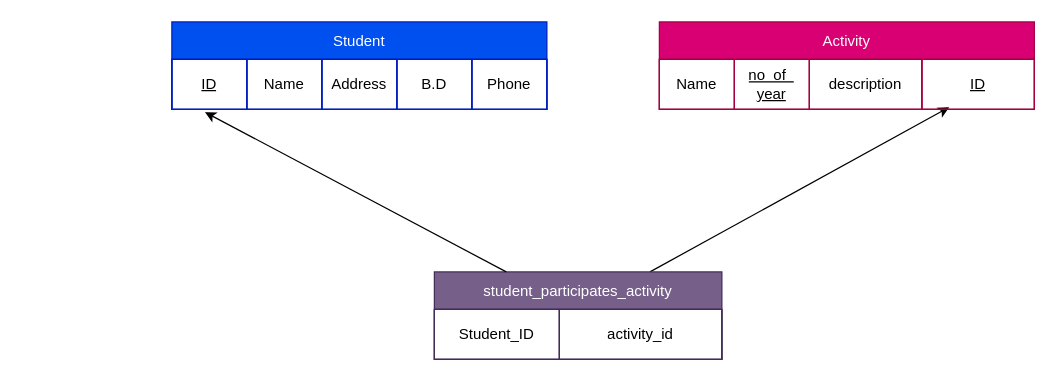
Earlier version of the draw.io diagram Mapping/task_4..drawio (mariamnabeh/Database-ERD-EERD-Models). Source tidied: cells renumbered, new cells numbered last; positions are measured from the earlier drawing's top-left corner, leaving out a move shared by most shapes. Both pictures are drawn from the tidied source at 125%, with x=0, y=0 at pixel (171, 21).
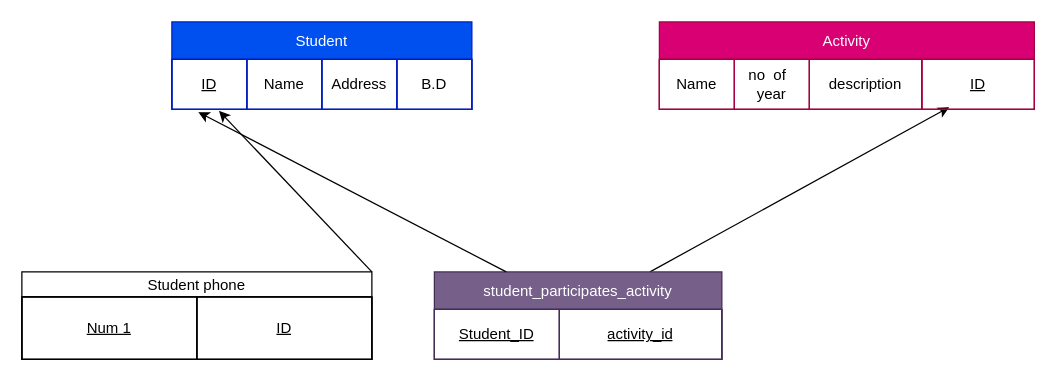
Above is the later version.

Unchanged cells that the change refers to:
```xml
<mxCell id="11" style="shape=tableRow;horizontal=0;startSize=0;swimlaneHead=0;swimlaneBody=0;strokeColor=inherit;fillColor=none;fixedHeader=1;" parent="10" vertex="1">
  <mxGeometry y="30" width="230" height="40" as="geometry" />
</mxCell>
<mxCell id="15" style="shape=tableRow;horizontal=0;startSize=0;swimlaneHead=0;swimlaneBody=0;strokeColor=inherit;fillColor=none;points=[[0,0.5],[1,0.5]];portConstraint=eastwest;fixedHeader=1;" parent="14" vertex="1">
  <mxGeometry y="30" width="300" height="40" as="geometry" />
</mxCell>
```

What changed in the source:
```diff
@@
     <mxCell id="2" value="Student" style="shape=table;startSize=30;childLayout=tableLayout;fixedHeader=1;tableRender=collapsed;fillColor=#0050ef;fontColor=#ffffff;strokeColor=#001DBC;" parent="1" vertex="1">
-      <mxGeometry width="300" height="70" as="geometry" />
+      <mxGeometry width="240" height="70" as="geometry" />
     </mxCell>
     <mxCell id="3" style="shape=tableRow;horizontal=0;startSize=0;swimlaneHead=0;swimlaneBody=0;strokeColor=inherit;fillColor=none;points=[[0,0.5],[1,0.5]];portConstraint=eastwest;fixedHeader=1;" parent="2" vertex="1">
-      <mxGeometry y="30" width="300" height="40" as="geometry" />
+      <mxGeometry y="30" width="240" height="40" as="geometry" />
     </mxCell>
@@
-    <mxCell id="8" value="Phone" style="shape=partialRectangle;html=1;whiteSpace=wrap;strokeColor=inherit;overflow=hidden;fillColor=none;" parent="3" vertex="1">
-      <mxGeometry x="240" width="60" height="40" as="geometry" />
-    </mxCell>
@@
-    <mxCell id="12" value="Student_ID" style="shape=partialRectangle;html=1;whiteSpace=wrap;strokeColor=inherit;overflow=hidden;fillColor=none;" parent="11" vertex="1">
+    <mxCell id="12" value="&lt;u&gt;Student_ID&lt;/u&gt;" style="shape=partialRectangle;html=1;whiteSpace=wrap;strokeColor=inherit;overflow=hidden;fillColor=none;" parent="11" vertex="1">
       <mxGeometry width="100" height="40" as="geometry" />
     </mxCell>
-    <mxCell id="13" value="activity_id" style="shape=partialRectangle;html=1;whiteSpace=wrap;strokeColor=inherit;overflow=hidden;fillColor=none;" parent="11" vertex="1">
+    <mxCell id="13" value="&lt;u&gt;activity_id&lt;/u&gt;" style="shape=partialRectangle;html=1;whiteSpace=wrap;strokeColor=inherit;overflow=hidden;fillColor=none;" parent="11" vertex="1">
       <mxGeometry x="100" width="130" height="40" as="geometry" />
     </mxCell>
@@
-    <mxCell id="17" value="&lt;u&gt;no&amp;nbsp; of&amp;nbsp;&amp;nbsp;&lt;/u&gt;&lt;div&gt;&lt;u&gt;year&lt;/u&gt;&lt;/div&gt;" style="shape=partialRectangle;html=1;whiteSpace=wrap;strokeColor=inherit;overflow=hidden;fillColor=none;" parent="15" vertex="1">
+    <mxCell id="17" value="no&amp;nbsp; of&amp;nbsp;&amp;nbsp;&lt;div&gt;year&lt;/div&gt;" style="shape=partialRectangle;html=1;whiteSpace=wrap;strokeColor=inherit;overflow=hidden;fillColor=none;" parent="15" vertex="1">
       <mxGeometry x="60" width="60" height="40" as="geometry" />
     </mxCell>
@@
+    <mxCell id="21" value="Student phone" style="shape=table;startSize=20;childLayout=tableLayout;fixedHeader=1;tableRender=collapsed;" parent="1" vertex="1">
+      <mxGeometry x="-120" y="200" width="280" height="70" as="geometry" />
+    </mxCell>
+    <mxCell id="22" style="shape=tableRow;horizontal=0;startSize=0;swimlaneHead=0;swimlaneBody=0;strokeColor=inherit;fillColor=none;fixedHeader=1;" parent="21" vertex="1">
+      <mxGeometry y="20" width="280" height="50" as="geometry" />
+    </mxCell>
+    <mxCell id="23" value="&lt;u&gt;Num 1&lt;/u&gt;" style="shape=partialRectangle;html=1;whiteSpace=wrap;strokeColor=inherit;overflow=hidden;fillColor=none;" parent="22" vertex="1">
+      <mxGeometry width="140" height="50" as="geometry" />
+    </mxCell>
+    <mxCell id="24" value="&lt;u&gt;ID&lt;/u&gt;" style="shape=partialRectangle;html=1;whiteSpace=wrap;strokeColor=inherit;overflow=hidden;fillColor=none;" parent="22" vertex="1">
+      <mxGeometry x="140" width="140" height="50" as="geometry" />
+    </mxCell>
+    <mxCell id="25" style="edgeStyle=none;html=1;exitX=1;exitY=0;exitDx=0;exitDy=0;entryX=0.157;entryY=1.03;entryDx=0;entryDy=0;entryPerimeter=0;elbow=vertical;" parent="1" edge="1" source="21" target="3">
+      <mxGeometry relative="1" as="geometry" />
+    </mxCell>
```
